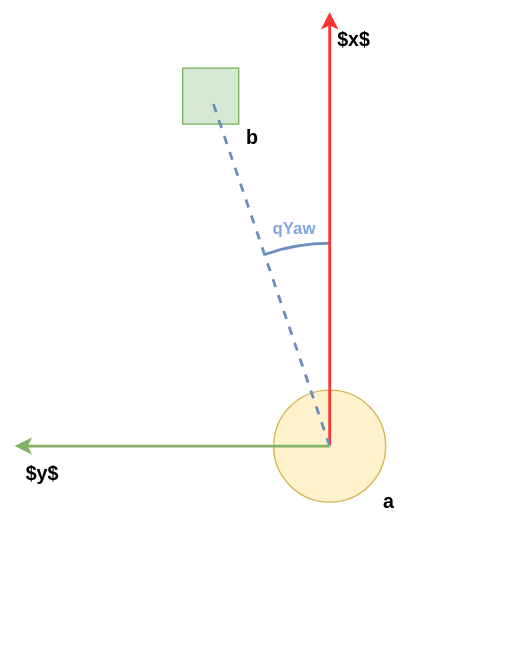
The draw.io diagram Figures/figqYaw.drawio.svg in orjano-max/ORJANOS_MASTER_REPO, before a commit. Source tidied: cells renumbered, new cells last; positions are measured from the earlier drawing's top-left corner, leaving out a move shared by most shapes.
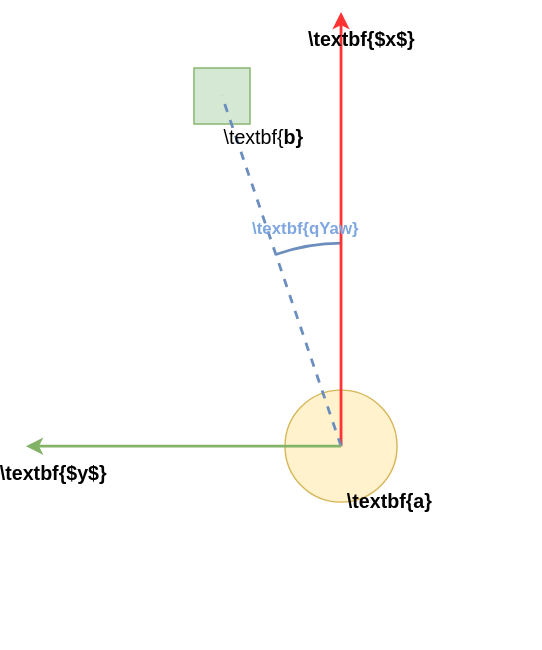
The same diagram one commit later.

Diff of the diagram source:
```diff
@@ -29,19 +29,19 @@
         <mxPoint x="10" y="310" as="targetPoint" />
       </mxGeometry>
     </mxCell>
-    <mxCell id="8" value="&lt;b&gt;qYaw&lt;/b&gt;" style="text;html=1;strokeColor=none;fillColor=none;align=center;verticalAlign=middle;whiteSpace=wrap;rounded=0;fontColor=#7EA6E0;" parent="1" vertex="1">
+    <mxCell id="8" value="&lt;b&gt;\textbf{qYaw}&lt;/b&gt;" style="text;html=1;strokeColor=none;fillColor=none;align=center;verticalAlign=middle;whiteSpace=wrap;rounded=0;fontColor=#7EA6E0;" parent="1" vertex="1">
       <mxGeometry x="180" y="140" width="60" height="30" as="geometry" />
     </mxCell>
-    <mxCell id="9" value="&lt;b style=&quot;font-size: 14px;&quot;&gt;a&lt;/b&gt;" style="text;html=1;strokeColor=none;fillColor=none;align=center;verticalAlign=middle;whiteSpace=wrap;rounded=0;fontSize=14;" parent="1" vertex="1">
-      <mxGeometry x="265" y="340" width="25" height="20" as="geometry" />
+    <mxCell id="9" value="&lt;b style=&quot;font-size: 14px;&quot;&gt;\textbf{a}&lt;/b&gt;" style="text;html=1;strokeColor=none;fillColor=none;align=center;verticalAlign=middle;whiteSpace=wrap;rounded=0;fontSize=14;" parent="1" vertex="1">
+      <mxGeometry x="240" y="340" width="60" height="20" as="geometry" />
     </mxCell>
-    <mxCell id="10" value="&lt;b style=&quot;font-size: 14px;&quot;&gt;b&lt;/b&gt;" style="text;html=1;strokeColor=none;fillColor=none;align=center;verticalAlign=middle;whiteSpace=wrap;rounded=0;fontSize=14;" parent="1" vertex="1">
+    <mxCell id="10" value="\textbf{&lt;b style=&quot;font-size: 14px;&quot;&gt;b}&lt;/b&gt;" style="text;html=1;strokeColor=none;fillColor=none;align=center;verticalAlign=middle;whiteSpace=wrap;rounded=0;fontSize=14;" parent="1" vertex="1">
       <mxGeometry x="170" y="80" width="20" height="20" as="geometry" />
     </mxCell>
-    <mxCell id="11" value="&lt;b style=&quot;font-size: 14px;&quot;&gt;$x$&lt;/b&gt;" style="text;html=1;strokeColor=none;fillColor=none;align=center;verticalAlign=middle;whiteSpace=wrap;rounded=0;fontSize=14;" parent="1" vertex="1">
-      <mxGeometry x="240" y="10" width="25" height="20" as="geometry" />
+    <mxCell id="11" value="&lt;b style=&quot;font-size: 14px;&quot;&gt;\textbf{$x$}&lt;/b&gt;" style="text;html=1;strokeColor=none;fillColor=none;align=center;verticalAlign=middle;whiteSpace=wrap;rounded=0;fontSize=14;" parent="1" vertex="1">
+      <mxGeometry x="225" y="10" width="50" height="20" as="geometry" />
     </mxCell>
-    <mxCell id="12" value="&lt;b style=&quot;font-size: 14px;&quot;&gt;$y$&lt;/b&gt;" style="text;html=1;strokeColor=none;fillColor=none;align=center;verticalAlign=middle;whiteSpace=wrap;rounded=0;fontSize=14;" parent="1" vertex="1">
+    <mxCell id="12" value="&lt;b style=&quot;font-size: 14px;&quot;&gt;\textbf{$y$}&lt;/b&gt;" style="text;html=1;strokeColor=none;fillColor=none;align=center;verticalAlign=middle;whiteSpace=wrap;rounded=0;fontSize=14;" parent="1" vertex="1">
       <mxGeometry y="320" width="60" height="20" as="geometry" />
     </mxCell>
   </root>
```
